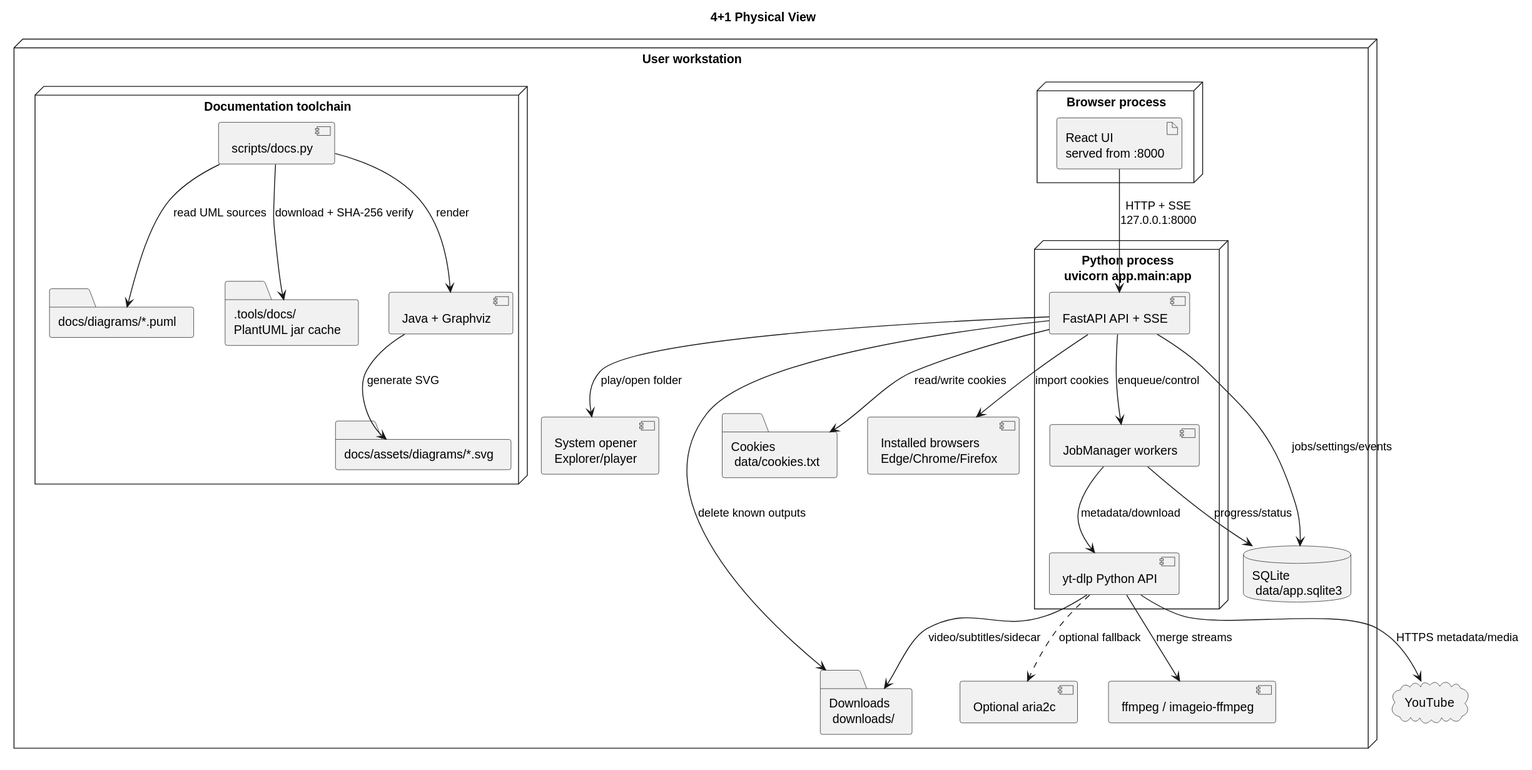
Before: docs/assets/diagrams/four-plus-one-physical-view.svg, a diagram exported from PlantUML (hnucjx/Design-and-Implementation-of-Database-Watermarking-Algorithms-Resistant-to-Brute-Force-Attacks.).
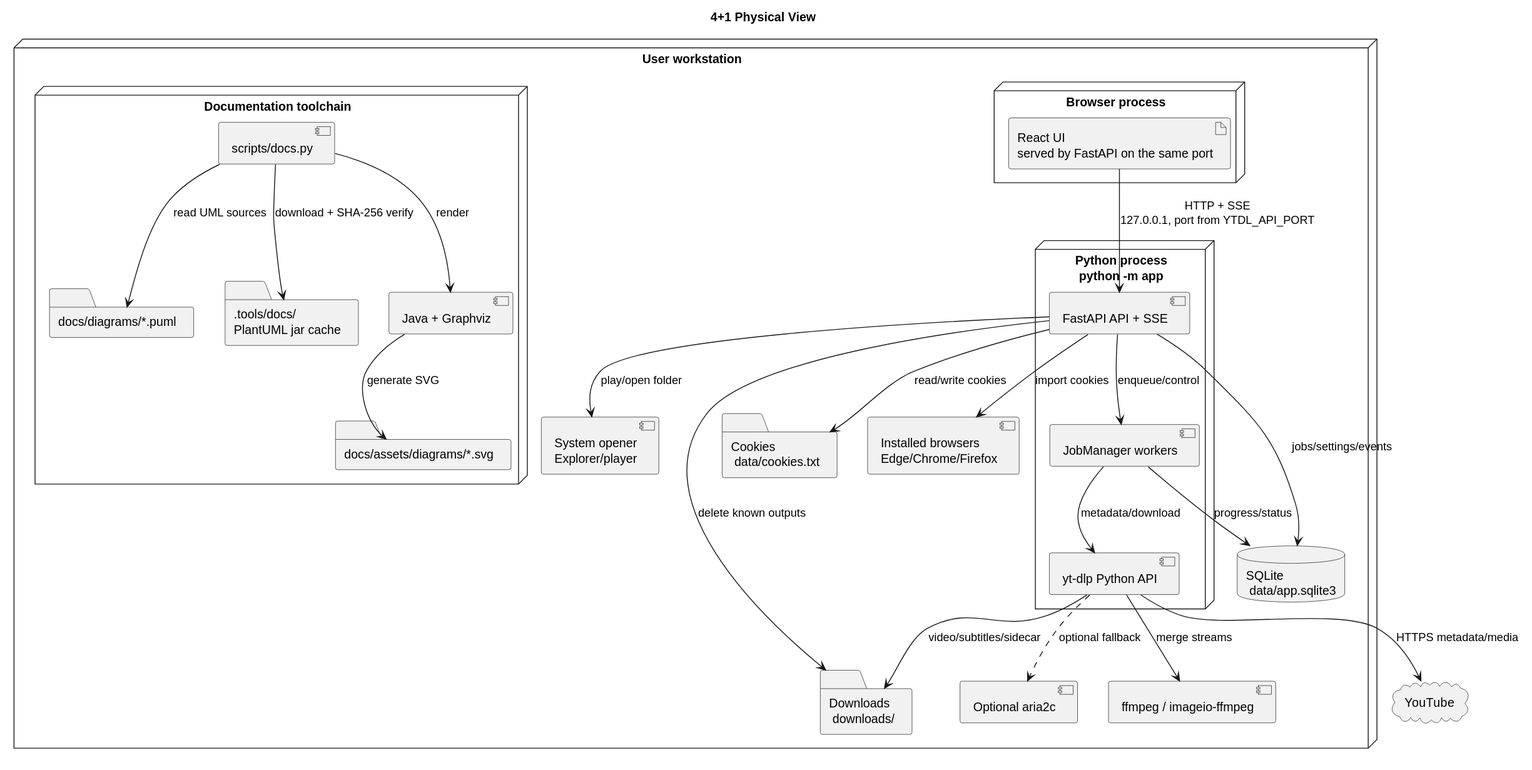
The same diagram one commit later.

Diff of the diagram source:
```diff
@@ -4,10 +4,10 @@
 
 node "User workstation" as Workstation {
   node "Browser process" as Browser {
-    artifact "React UI\nserved from :8000" as UI
+    artifact "React UI\nserved by FastAPI on the same port" as UI
   }
 
-  node "Python process\nuvicorn app.main:app" as Python {
+  node "Python process\npython -m app" as Python {
     component "FastAPI API + SSE" as API
     component "JobManager workers" as Workers
     component "yt-dlp Python API" as YTDLP
@@ -32,7 +32,7 @@
 
 cloud "YouTube" as YouTube
 
-UI --> API : HTTP + SSE\n127.0.0.1:8000
+UI --> API : HTTP + SSE\n127.0.0.1, port from YTDL_API_PORT
 API --> Workers : enqueue/control
 API --> SQLite : jobs/settings/events
 Workers --> SQLite : progress/status
```
